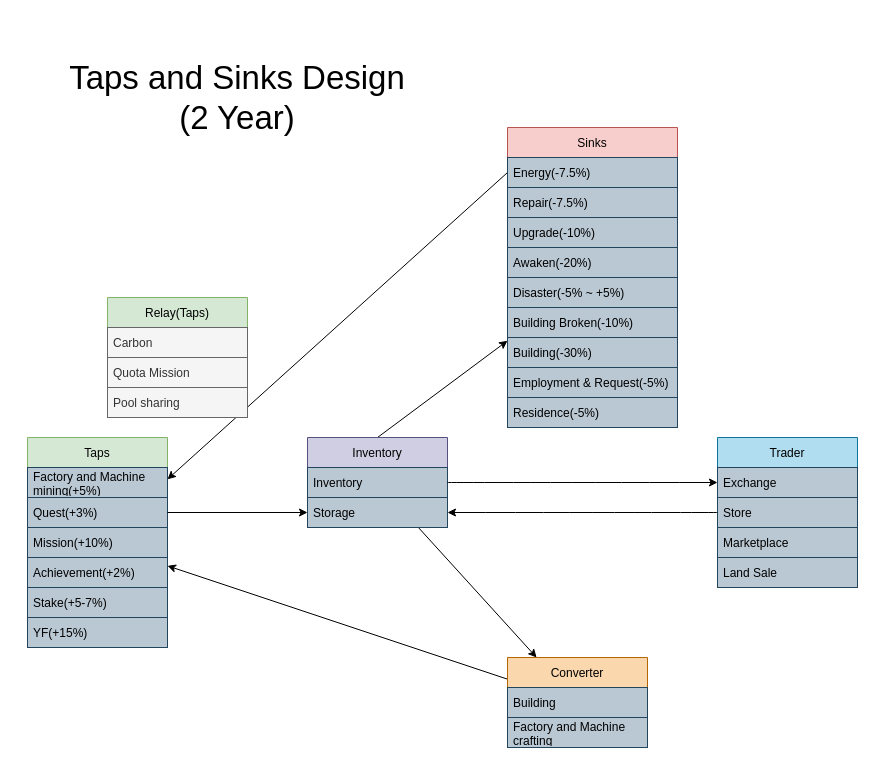
The draw.io diagram Taps And Sinks.drawio in memberteen/craftdefi-ecosystem, before the edit. Source tidied: cells renumbered, new cells numbered last; positions are measured from the earlier drawing's top-left corner, leaving out a move shared by most shapes. Both pictures are drawn from the tidied source at 100%, with x=0, y=0 at pixel (17, 57).
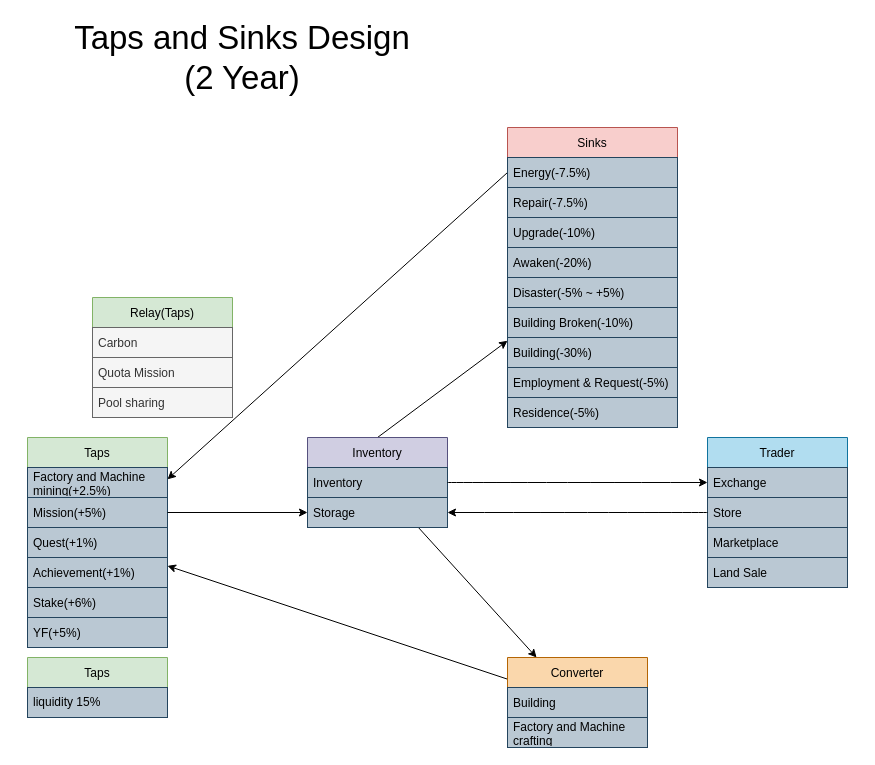
The same page after the edit.

The change refers to these unchanged cells:
```xml
<mxCell id="2" value="Taps" style="swimlane;fontStyle=0;horizontal=1;startSize=30;fillColor=#d5e8d4;strokeColor=#82b366;" parent="1" vertex="1">
  <mxGeometry x="10" y="380" width="140" height="210" as="geometry" />
</mxCell>
<mxCell id="13" value="Storage" style="text;strokeColor=#23445d;fillColor=#bac8d3;align=left;verticalAlign=middle;spacingLeft=4;spacingRight=4;overflow=hidden;points=[[0,0.5],[1,0.5]];portConstraint=eastwest;" parent="11" vertex="1">
  <mxGeometry y="60" width="140" height="30" as="geometry" />
</mxCell>
```

The edit, as a diff of the source:
```diff
@@
-    <mxCell id="3" value="Factory and Machine mining(+5%)" style="text;strokeColor=#23445d;fillColor=#bac8d3;align=left;verticalAlign=middle;spacingLeft=4;spacingRight=4;overflow=hidden;whiteSpace=wrap;" parent="2" vertex="1">
+    <mxCell id="3" value="Factory and Machine mining(+2.5%)" style="text;strokeColor=#23445d;fillColor=#bac8d3;align=left;verticalAlign=middle;spacingLeft=4;spacingRight=4;overflow=hidden;whiteSpace=wrap;" parent="2" vertex="1">
       <mxGeometry y="30" width="140" height="30" as="geometry" />
     </mxCell>
+    <mxCell id="5" value="Mission(+5%)" style="text;strokeColor=#23445d;fillColor=#bac8d3;align=left;verticalAlign=middle;spacingLeft=4;spacingRight=4;overflow=hidden;points=[[0,0.5],[1,0.5]];portConstraint=eastwest;" parent="2" vertex="1">
+      <mxGeometry y="60" width="140" height="30" as="geometry" />
+    </mxCell>
-    <mxCell id="4" value="Quest(+3%)" style="text;strokeColor=#23445d;fillColor=#bac8d3;align=left;verticalAlign=middle;spacingLeft=4;spacingRight=4;overflow=hidden;points=[[0,0.5],[1,0.5]];portConstraint=eastwest;" parent="2" vertex="1">
-      <mxGeometry y="60" width="140" height="30" as="geometry" />
+    <mxCell id="4" value="Quest(+1%)" style="text;strokeColor=#23445d;fillColor=#bac8d3;align=left;verticalAlign=middle;spacingLeft=4;spacingRight=4;overflow=hidden;points=[[0,0.5],[1,0.5]];portConstraint=eastwest;" parent="2" vertex="1">
+      <mxGeometry y="90" width="140" height="30" as="geometry" />
     </mxCell>
-    <mxCell id="5" value="Mission(+10%)" style="text;strokeColor=#23445d;fillColor=#bac8d3;align=left;verticalAlign=middle;spacingLeft=4;spacingRight=4;overflow=hidden;points=[[0,0.5],[1,0.5]];portConstraint=eastwest;" parent="2" vertex="1">
-      <mxGeometry y="90" width="140" height="30" as="geometry" />
-    </mxCell>
-    <mxCell id="6" value="Achievement(+2%)" style="text;strokeColor=#23445d;fillColor=#bac8d3;align=left;verticalAlign=middle;spacingLeft=4;spacingRight=4;overflow=hidden;" parent="2" vertex="1">
+    <mxCell id="6" value="Achievement(+1%)" style="text;strokeColor=#23445d;fillColor=#bac8d3;align=left;verticalAlign=middle;spacingLeft=4;spacingRight=4;overflow=hidden;" parent="2" vertex="1">
       <mxGeometry y="120" width="140" height="30" as="geometry" />
     </mxCell>
-    <mxCell id="7" value="Stake(+5-7%)" style="text;strokeColor=#23445d;fillColor=#bac8d3;align=left;verticalAlign=middle;spacingLeft=4;spacingRight=4;overflow=hidden;" parent="2" vertex="1">
+    <mxCell id="7" value="Stake(+6%)" style="text;strokeColor=#23445d;fillColor=#bac8d3;align=left;verticalAlign=middle;spacingLeft=4;spacingRight=4;overflow=hidden;" parent="2" vertex="1">
       <mxGeometry y="150" width="140" height="30" as="geometry" />
     </mxCell>
-    <mxCell id="8" value="YF(+15%)" style="text;strokeColor=#23445d;fillColor=#bac8d3;align=left;verticalAlign=middle;spacingLeft=4;spacingRight=4;overflow=hidden;" parent="2" vertex="1">
+    <mxCell id="8" value="YF(+5%)" style="text;strokeColor=#23445d;fillColor=#bac8d3;align=left;verticalAlign=middle;spacingLeft=4;spacingRight=4;overflow=hidden;" parent="2" vertex="1">
       <mxGeometry y="180" width="140" height="30" as="geometry" />
     </mxCell>
@@
     <mxCell id="29" value="Trader" style="swimlane;fontStyle=0;horizontal=1;startSize=30;fillColor=#b1ddf0;strokeColor=#10739e;" parent="1" vertex="1">
-      <mxGeometry x="700" y="380" width="140" height="150" as="geometry" />
+      <mxGeometry x="690" y="380" width="140" height="150" as="geometry" />
     </mxCell>
@@
-    <mxCell id="36" style="edgeStyle=none;rounded=0;jettySize=auto;html=1;exitX=1;exitY=0.5;exitDx=0;exitDy=0;startArrow=none;startFill=0;" parent="1" edge="1" source="4" target="13">
-      <mxGeometry relative="1" as="geometry" />
-    </mxCell>
     <mxCell id="37" value="Relay(Taps)" style="swimlane;fontStyle=0;horizontal=1;startSize=30;fillColor=#d5e8d4;strokeColor=#82b366;" parent="1" vertex="1">
-      <mxGeometry x="90" y="240" width="140" height="120" as="geometry" />
+      <mxGeometry x="75" y="240" width="140" height="120" as="geometry" />
     </mxCell>
@@
     <mxCell id="41" value="&lt;font style=&quot;font-size: 33px;&quot;&gt;Taps and Sinks Design&lt;br&gt;(2 Year)&lt;br&gt;&lt;/font&gt;" style="text;html=1;strokeColor=none;fillColor=none;align=center;verticalAlign=middle;whiteSpace=wrap;rounded=0;" parent="1" vertex="1">
-      <mxGeometry width="440" height="80" as="geometry" />
+      <mxGeometry x="5" y="-40" width="440" height="80" as="geometry" />
     </mxCell>
+    <mxCell id="42" style="edgeStyle=none;rounded=0;jettySize=auto;html=1;exitX=1;exitY=0.5;exitDx=0;exitDy=0;fontSize=33;startArrow=none;startFill=0;" parent="1" edge="1" source="5" target="13">
+      <mxGeometry relative="1" as="geometry" />
+    </mxCell>
+    <mxCell id="43" value="Taps" style="swimlane;fontStyle=0;horizontal=1;startSize=30;fillColor=#d5e8d4;strokeColor=#82b366;" parent="1" vertex="1">
+      <mxGeometry x="10" y="600" width="140" height="60" as="geometry" />
+    </mxCell>
+    <mxCell id="44" value="liquidity 15%" style="text;strokeColor=#23445d;fillColor=#bac8d3;align=left;verticalAlign=middle;spacingLeft=4;spacingRight=4;overflow=hidden;whiteSpace=wrap;" parent="43" vertex="1">
+      <mxGeometry y="30" width="140" height="30" as="geometry" />
+    </mxCell>
```
